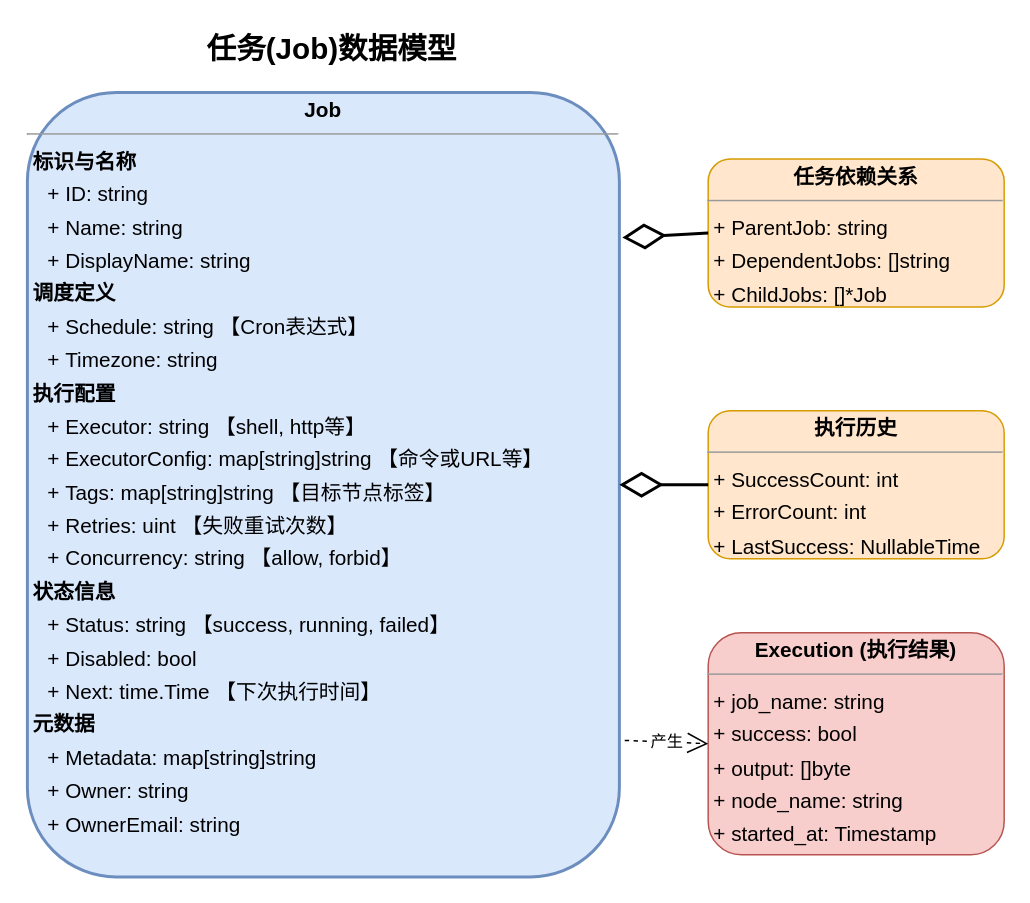
The draw.io diagram projects/Job UML类图.drawio in hanzug/draw.io, before the edit. Source tidied: cells renumbered, new cells numbered last; positions are measured from the earlier drawing's top-left corner, leaving out a move shared by most shapes. Both pictures are drawn from the tidied source at 148%, with x=0, y=0 at pixel (27, 25).
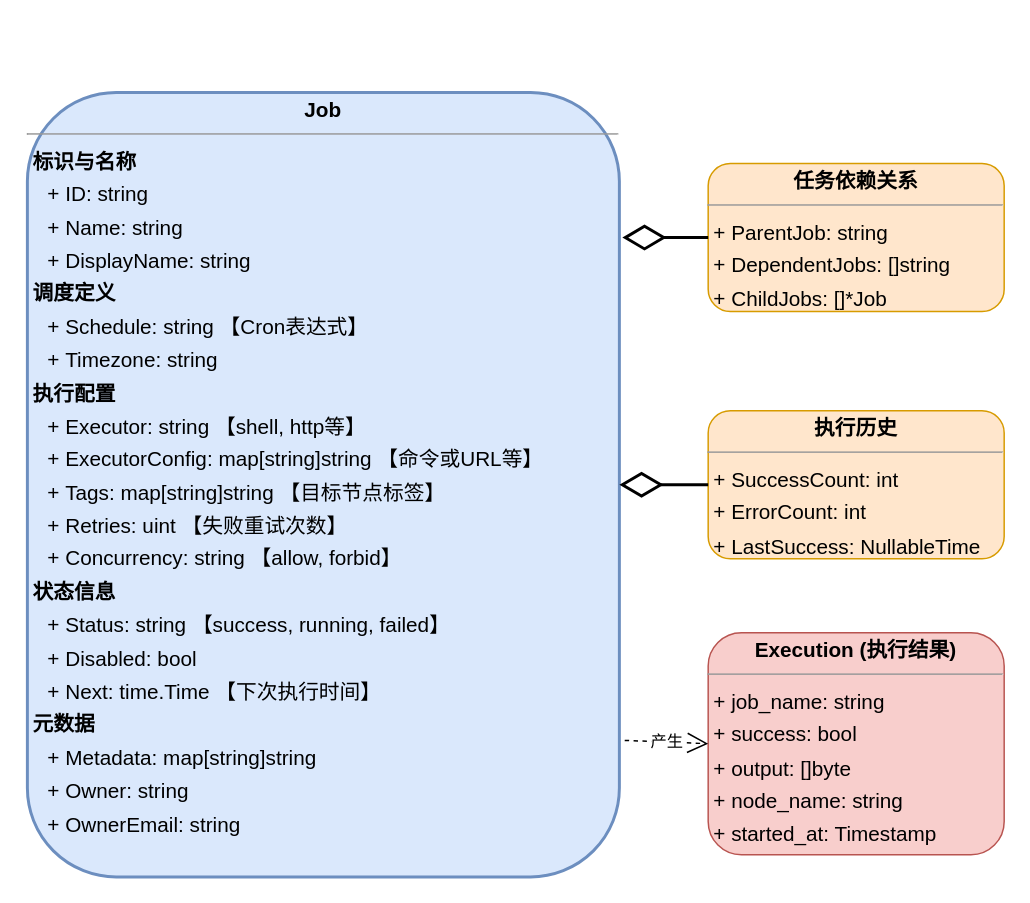
Above is the later version.

Diff of the diagram source:
```diff
@@
 <mxGraphModel>
   <root>
     <mxCell id="0" />
     <mxCell id="1" parent="0" />
-    <mxCell id="2" value="&lt;font style=&quot;font-size: 20px;&quot;&gt;&lt;b&gt;任务(Job)数据模型&lt;/b&gt;&lt;/font&gt;" style="text;html=1;strokeColor=none;fillColor=none;align=center;verticalAlign=middle;whiteSpace=wrap;rounded=0;" parent="1" vertex="1">
-      <mxGeometry x="21" width="370" height="30" as="geometry" />
-    </mxCell>
     <mxCell id="3" value="&lt;p style=&quot;margin:0px;margin-top:4px;text-align:center;&quot;&gt;&lt;b&gt;Job&lt;/b&gt;&lt;/p&gt;&lt;hr size=&quot;1&quot;&gt;&lt;p style=&quot;margin:0 0 0 4px;line-height:1.6;&quot;&gt;&lt;b&gt;标识与名称&lt;/b&gt;&lt;/p&gt;&lt;p style=&quot;margin:0 0 0 14px;line-height:1.6;&quot;&gt;+ ID: string&lt;br&gt;+ Name: string&lt;br&gt;+ DisplayName: string&lt;/p&gt;&lt;p style=&quot;margin:0 0 0 4px;line-height:1.6;&quot;&gt;&lt;b&gt;调度定义&lt;/b&gt;&lt;/p&gt;&lt;p style=&quot;margin:0 0 0 14px;line-height:1.6;&quot;&gt;+ Schedule: string 【Cron表达式】&lt;br&gt;+ Timezone: string&lt;/p&gt;&lt;p style=&quot;margin:0 0 0 4px;line-height:1.6;&quot;&gt;&lt;b&gt;执行配置&lt;/b&gt;&lt;/p&gt;&lt;p style=&quot;margin:0 0 0 14px;line-height:1.6;&quot;&gt;+ Executor: string 【shell, http等】&lt;br&gt;+ ExecutorConfig: map[string]string 【命令或URL等】&lt;br&gt;+ Tags: map[string]string 【目标节点标签】&lt;br&gt;+ Retries: uint 【失败重试次数】&lt;br&gt;+ Concurrency: string 【allow, forbid】&lt;/p&gt;&lt;p style=&quot;margin:0 0 0 4px;line-height:1.6;&quot;&gt;&lt;b&gt;状态信息&lt;/b&gt;&lt;/p&gt;&lt;p style=&quot;margin:0 0 0 14px;line-height:1.6;&quot;&gt;+ Status: string 【success, running, failed】&lt;br&gt;+ Disabled: bool&lt;br&gt;+ Next: time.Time 【下次执行时间】&lt;/p&gt;&lt;p style=&quot;margin:0 0 0 4px;line-height:1.6;&quot;&gt;&lt;b&gt;元数据&lt;/b&gt;&lt;/p&gt;&lt;p style=&quot;margin:0 0 0 14px;line-height:1.6;&quot;&gt;+ Metadata: map[string]string&lt;br&gt;+ Owner: string&lt;br&gt;+ OwnerEmail: string&lt;/p&gt;" style="verticalAlign=top;align=left;overflow=fill;fontSize=14;fontFamily=Helvetica;html=1;rounded=1;shadow=0;comic=0;labelBackgroundColor=none;strokeWidth=2;fillColor=#dae8fc;strokeColor=#6c8ebf;" parent="1" vertex="1">
       <mxGeometry y="45" width="400" height="530" as="geometry" />
     </mxCell>
     <mxCell id="4" value="&lt;p style=&quot;margin:0px;margin-top:4px;text-align:center;&quot;&gt;&lt;b&gt;任务依赖关系&lt;/b&gt;&lt;/p&gt;&lt;hr size=&quot;1&quot;&gt;&lt;p style=&quot;margin:0 0 0 4px;line-height:1.6;&quot;&gt;+ ParentJob: string&lt;br&gt;+ DependentJobs: []string&lt;br&gt;+ ChildJobs: []*Job&lt;/p&gt;" style="verticalAlign=top;align=left;overflow=fill;fontSize=14;fontFamily=Helvetica;html=1;rounded=1;shadow=0;comic=0;labelBackgroundColor=none;strokeWidth=1;fillColor=#ffe6cc;strokeColor=#d79b00;" parent="1" vertex="1">
-      <mxGeometry x="460" y="90" width="200" height="100" as="geometry" />
+      <mxGeometry x="460" y="93" width="200" height="100" as="geometry" />
     </mxCell>
     <mxCell id="5" value="&lt;p style=&quot;margin:0px;margin-top:4px;text-align:center;&quot;&gt;&lt;b&gt;执行历史&lt;/b&gt;&lt;/p&gt;&lt;hr size=&quot;1&quot;&gt;&lt;p style=&quot;margin:0 0 0 4px;line-height:1.6;&quot;&gt;+ SuccessCount: int&lt;br&gt;+ ErrorCount: int&lt;br&gt;+ LastSuccess: NullableTime&lt;br&gt;+ LastError: NullableTime&lt;/p&gt;" style="verticalAlign=top;align=left;overflow=fill;fontSize=14;fontFamily=Helvetica;html=1;rounded=1;shadow=0;comic=0;labelBackgroundColor=none;strokeWidth=1;fillColor=#ffe6cc;strokeColor=#d79b00;" parent="1" vertex="1">
       <mxGeometry x="460" y="260" width="200" height="100" as="geometry" />
     </mxCell>
     <mxCell id="6" value="&lt;p style=&quot;margin:0px;margin-top:4px;text-align:center;&quot;&gt;&lt;b&gt;Execution (执行结果)&lt;/b&gt;&lt;/p&gt;&lt;hr size=&quot;1&quot;&gt;&lt;p style=&quot;margin:0 0 0 4px;line-height:1.6;&quot;&gt;+ job_name: string&lt;br&gt;+ success: bool&lt;br&gt;+ output: []byte&lt;br&gt;+ node_name: string&lt;br&gt;+ started_at: Timestamp&lt;br&gt;+ finished_at: Timestamp&lt;/p&gt;" style="verticalAlign=top;align=left;overflow=fill;fontSize=14;fontFamily=Helvetica;html=1;rounded=1;shadow=0;comic=0;labelBackgroundColor=none;strokeWidth=1;fillColor=#f8cecc;strokeColor=#b85450;" parent="1" vertex="1">
       <mxGeometry x="460" y="410" width="200" height="150" as="geometry" />
     </mxCell>
     <mxCell id="7" style="endArrow=diamondThin;endFill=0;endSize=24;html=1;rounded=0;exitX=0;exitY=0.5;exitDx=0;exitDy=0;entryX=1.005;entryY=0.185;entryDx=0;entryDy=0;strokeWidth=2;entryPerimeter=0;" parent="1" edge="1" source="4" target="3">
       <mxGeometry relative="1" as="geometry" />
     </mxCell>
     <mxCell id="8" style="endArrow=diamondThin;endFill=0;endSize=24;html=1;rounded=0;exitX=0;exitY=0.5;exitDx=0;exitDy=0;entryX=1;entryY=0.5;entryDx=0;entryDy=0;strokeWidth=2;" parent="1" edge="1" source="5" target="3">
       <mxGeometry relative="1" as="geometry" />
     </mxCell>
     <mxCell id="9" value="产生" style="endArrow=open;endFill=0;endSize=12;html=1;rounded=0;exitX=1.009;exitY=0.826;exitDx=0;exitDy=0;entryX=0;entryY=0.5;entryDx=0;entryDy=0;dashed=1;strokeWidth=1;exitPerimeter=0;" parent="1" edge="1" source="3" target="6">
       <mxGeometry relative="1" as="geometry" />
     </mxCell>
   </root>
 </mxGraphModel>
```
